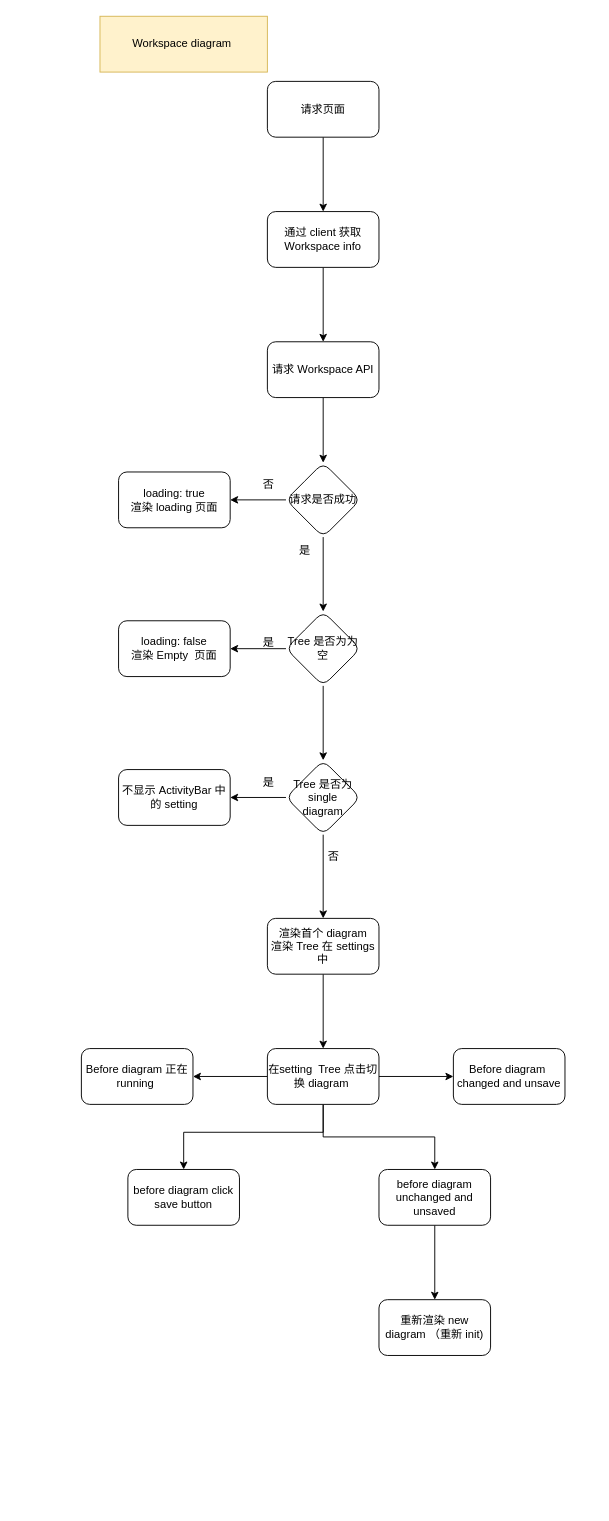
The draw.io diagram Workspace.drawio in stone-lyl/assets, before the edit. Source tidied: cells renumbered, new cells numbered last; positions are measured from the earlier drawing's top-left corner, leaving out a move shared by most shapes. Both pictures are drawn from the tidied source at 93%, with x=0, y=0 at pixel (81, 16).
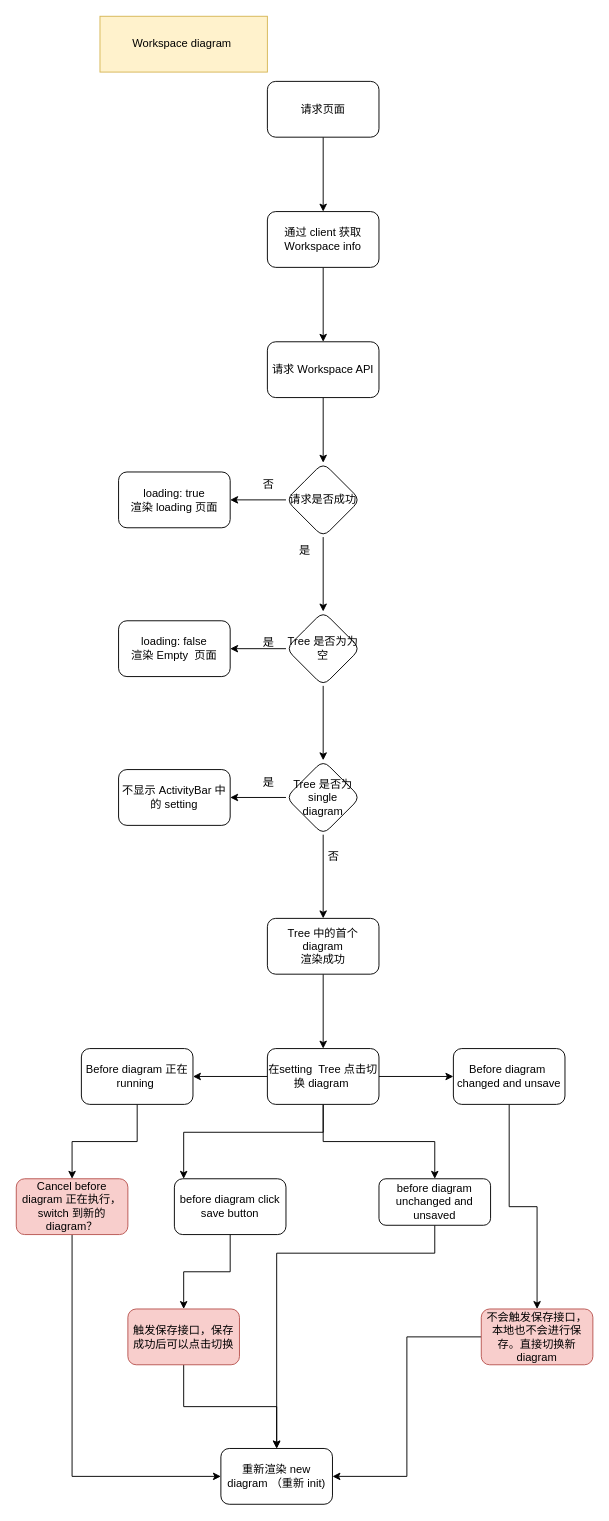
Above is the later version.

The change refers to these unchanged cells:
```xml
<mxCell id="35" value="Before diagram 正在 running&amp;nbsp;" style="whiteSpace=wrap;html=1;rounded=1;" parent="1" vertex="1">
  <mxGeometry y="1110" width="120" height="60" as="geometry" />
</mxCell>
<mxCell id="36" value="Before diagram&amp;nbsp; changed and unsave" style="whiteSpace=wrap;html=1;rounded=1;" parent="1" vertex="1">
  <mxGeometry x="400" y="1110" width="120" height="60" as="geometry" />
</mxCell>
```

Diff of the diagram source:
```diff
@@
-    <mxCell id="26" value="渲染首个 diagram&lt;br&gt;渲染 Tree 在 settings 中" style="whiteSpace=wrap;html=1;rounded=1;" parent="1" vertex="1">
+    <mxCell id="26" value="Tree 中的首个 diagram&lt;br&gt;渲染成功" style="whiteSpace=wrap;html=1;rounded=1;" parent="1" vertex="1">
       <mxGeometry x="200" y="970" width="120" height="60" as="geometry" />
     </mxCell>
@@
     <mxCell id="33" style="edgeStyle=orthogonalEdgeStyle;rounded=0;jettySize=auto;html=1;" parent="1" edge="1" source="34" target="38">
-      <mxGeometry relative="1" as="geometry" />
+      <mxGeometry relative="1" as="geometry">
+        <Array as="points">
+          <mxPoint x="380" y="1330" />
+          <mxPoint x="210" y="1330" />
+        </Array>
+      </mxGeometry>
     </mxCell>
     <mxCell id="34" value="before diagram unchanged and unsaved" style="whiteSpace=wrap;html=1;rounded=1;" parent="1" vertex="1">
-      <mxGeometry x="320" y="1240" width="120" height="60" as="geometry" />
+      <mxGeometry x="320" y="1250" width="120" height="50" as="geometry" />
     </mxCell>
+    <mxCell id="39" style="edgeStyle=orthogonalEdgeStyle;rounded=0;jettySize=auto;html=1;" parent="1" edge="1" source="35" target="43">
+      <mxGeometry relative="1" as="geometry" />
+    </mxCell>
@@
+    <mxCell id="40" style="edgeStyle=orthogonalEdgeStyle;rounded=0;jettySize=auto;html=1;" parent="1" edge="1" source="36" target="47">
+      <mxGeometry relative="1" as="geometry" />
+    </mxCell>
@@
+    <mxCell id="41" style="edgeStyle=orthogonalEdgeStyle;rounded=0;jettySize=auto;html=1;" parent="1" edge="1" source="37" target="45">
+      <mxGeometry relative="1" as="geometry" />
+    </mxCell>
     <mxCell id="37" value="before diagram click save button" style="whiteSpace=wrap;html=1;rounded=1;" parent="1" vertex="1">
-      <mxGeometry x="50" y="1240" width="120" height="60" as="geometry" />
+      <mxGeometry x="100" y="1250" width="120" height="60" as="geometry" />
     </mxCell>
     <mxCell id="38" value="重新渲染 new diagram （重新 init)" style="whiteSpace=wrap;html=1;rounded=1;" parent="1" vertex="1">
-      <mxGeometry x="320" y="1380" width="120" height="60" as="geometry" />
+      <mxGeometry x="150" y="1540" width="120" height="60" as="geometry" />
     </mxCell>
+    <mxCell id="42" style="edgeStyle=orthogonalEdgeStyle;rounded=0;jettySize=auto;html=1;entryX=0;entryY=0.5;entryDx=0;entryDy=0;" parent="1" edge="1" source="43" target="38">
+      <mxGeometry relative="1" as="geometry">
+        <Array as="points">
+          <mxPoint x="-10" y="1570" />
+        </Array>
+      </mxGeometry>
+    </mxCell>
+    <mxCell id="43" value="Cancel before diagram 正在执行，switch 到新的 diagram？" style="rounded=1;whiteSpace=wrap;html=1;fillColor=#f8cecc;strokeColor=#b85450;" parent="1" vertex="1">
+      <mxGeometry x="-70" y="1250" width="120" height="60" as="geometry" />
+    </mxCell>
+    <mxCell id="44" style="edgeStyle=orthogonalEdgeStyle;rounded=0;jettySize=auto;html=1;" parent="1" edge="1" source="45" target="38">
+      <mxGeometry relative="1" as="geometry" />
+    </mxCell>
+    <mxCell id="45" value="触发保存接口，保存成功后可以点击切换" style="whiteSpace=wrap;html=1;rounded=1;fillColor=#f8cecc;strokeColor=#b85450;" parent="1" vertex="1">
+      <mxGeometry x="50" y="1390" width="120" height="60" as="geometry" />
+    </mxCell>
+    <mxCell id="46" style="edgeStyle=orthogonalEdgeStyle;rounded=0;jettySize=auto;html=1;entryX=1;entryY=0.5;entryDx=0;entryDy=0;" parent="1" edge="1" source="47" target="38">
+      <mxGeometry relative="1" as="geometry" />
+    </mxCell>
+    <mxCell id="47" value="不会触发保存接口，本地也不会进行保存。直接切换新diagram" style="rounded=1;whiteSpace=wrap;html=1;fillColor=#f8cecc;strokeColor=#b85450;" parent="1" vertex="1">
+      <mxGeometry x="430" y="1390" width="120" height="60" as="geometry" />
+    </mxCell>
```
